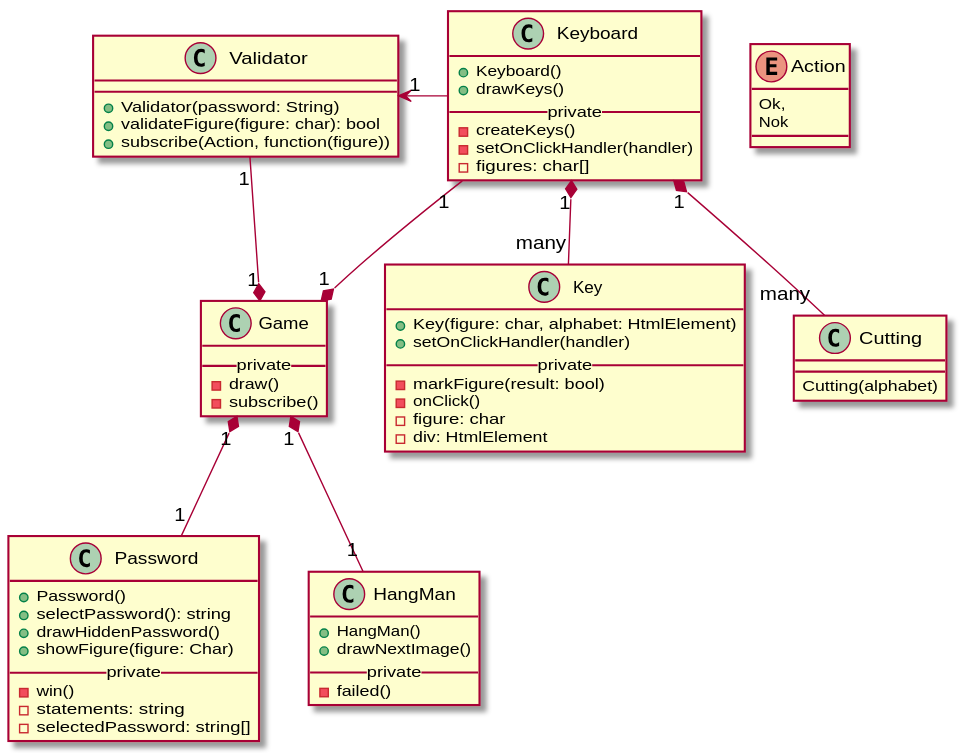
JeraldStarr/Hang-Man keeps this PlantUML diagram as doc/class_diagram.svg. Above is the earlier version. Its source is kept beside it as doc/class_diagram.plantuml.
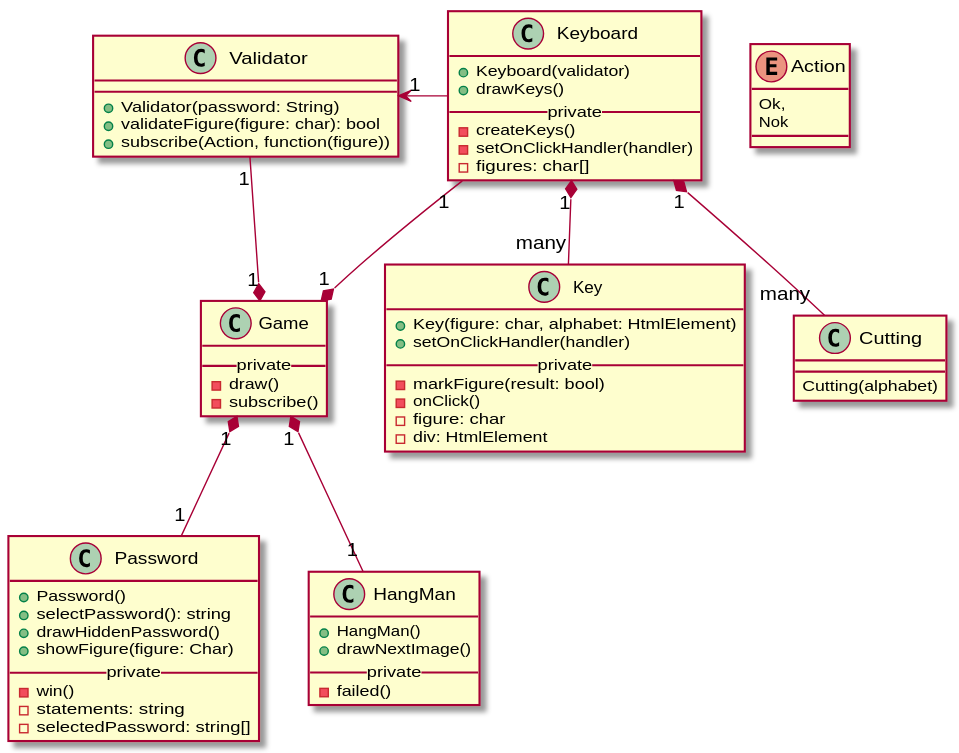
After the commit.

Commit message:
Add validator as an argument to the Keyboard construktor.

The edit, as a diff of the source:
```diff
@@ -1,7 +1,7 @@
 @startuml
 
 class Keyboard {
-    + Keyboard()
+    + Keyboard(validator)
     + drawKeys()
     __ private __
     - createKeys()
```
